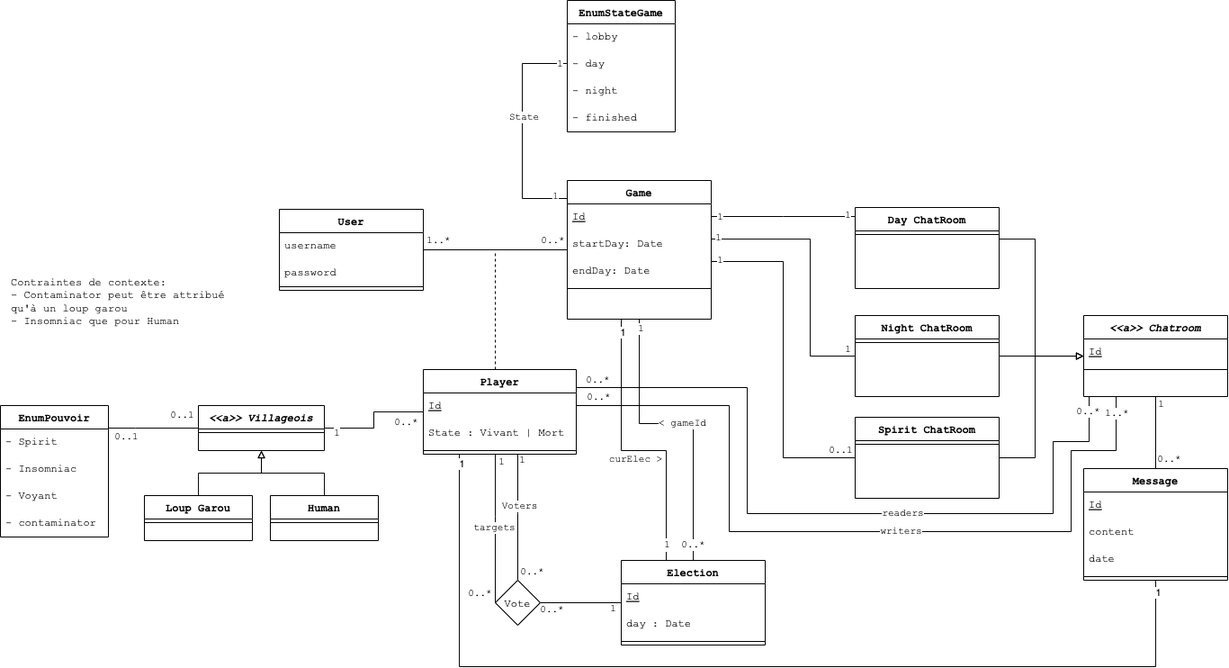
Earlier version of the draw.io export docs/diagrams/class_diagram.drawio.png (julienbrs/Werewolves-Game-App). Source tidied: cells renumbered, new cells last; positions are measured from the earlier drawing's top-left corner, leaving out a move shared by most shapes.
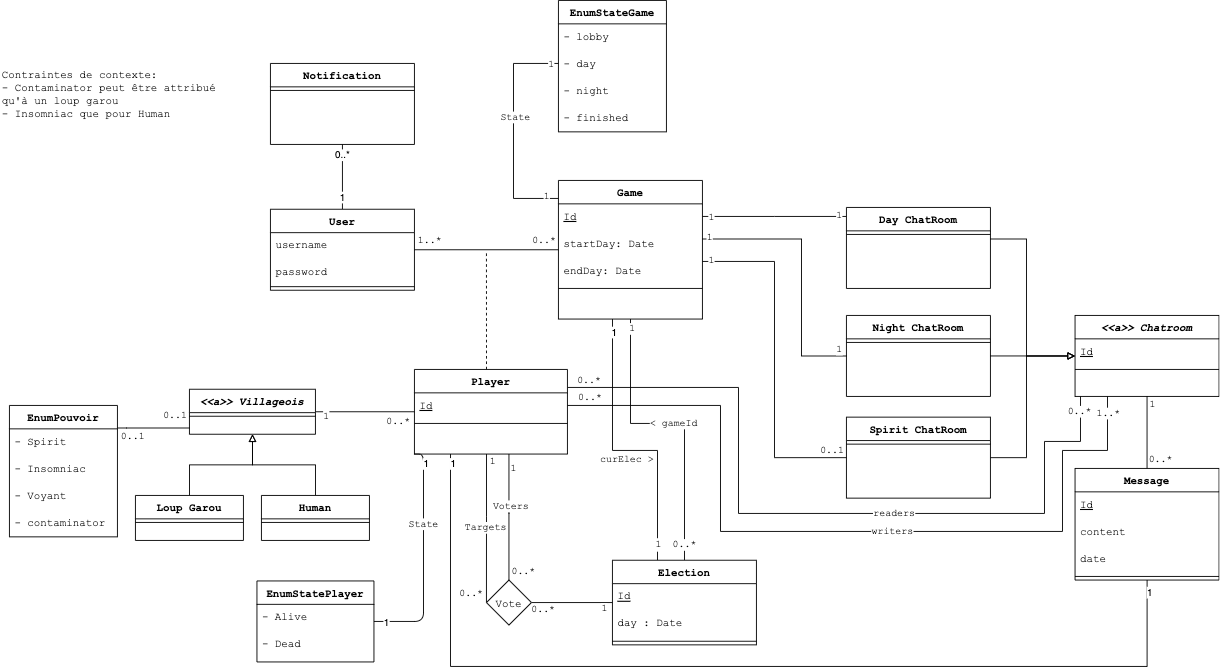
After the change.

Change to the diagram source:
```diff
@@ -1,4 +1,4 @@
-<mxGraphModel>
+<mxGraphModel background="#FFFFFF" shadow="1">
   <root>
     <mxCell id="0" />
     <mxCell id="1" parent="0" />
@@ -35,6 +35,15 @@
         <mxPoint x="-3" y="-11" as="offset" />
       </mxGeometry>
     </mxCell>
+    <mxCell id="112" style="edgeStyle=none;html=1;endArrow=none;endFill=0;" parent="1" edge="1" source="7" target="118">
+      <mxGeometry relative="1" as="geometry" />
+    </mxCell>
+    <mxCell id="113" value="1" style="edgeLabel;html=1;align=center;verticalAlign=middle;" parent="112" vertex="1">
+      <mxGeometry x="-0.62" relative="1" as="geometry" />
+    </mxCell>
+    <mxCell id="114" value="0..*" style="edgeLabel;html=1;align=center;verticalAlign=middle;" parent="112" vertex="1">
+      <mxGeometry x="0.69" relative="1" as="geometry" />
+    </mxCell>
     <mxCell id="7" value="User" style="swimlane;fontStyle=1;align=center;verticalAlign=top;horizontal=1;startSize=26;rounded=0;shadow=0;strokeWidth=1;fontFamily=Courier New;" parent="1" vertex="1">
       <mxGeometry x="310" y="232" width="160" height="90" as="geometry" />
     </mxCell>
@@ -121,17 +130,32 @@
     <mxCell id="24" value="&lt;font face=&quot;Courier New&quot;&gt;readers&lt;/font&gt;" style="edgeLabel;html=1;align=center;verticalAlign=middle;" parent="20" vertex="1">
       <mxGeometry x="0.2" relative="1" as="geometry" />
     </mxCell>
+    <mxCell id="115" style="edgeStyle=orthogonalEdgeStyle;html=1;endArrow=none;endFill=0;exitX=0;exitY=1;exitDx=0;exitDy=0;" parent="1" edge="1" source="25" target="120">
+      <mxGeometry relative="1" as="geometry">
+        <Array as="points">
+          <mxPoint x="480" y="504" />
+          <mxPoint x="480" y="690" />
+        </Array>
+      </mxGeometry>
+    </mxCell>
+    <mxCell id="116" value="1" style="edgeLabel;html=1;align=center;verticalAlign=middle;" parent="115" vertex="1">
+      <mxGeometry x="0.91" y="1" relative="1" as="geometry">
+        <mxPoint x="1" as="offset" />
+      </mxGeometry>
+    </mxCell>
+    <mxCell id="117" value="1" style="edgeLabel;html=1;align=center;verticalAlign=middle;" parent="115" vertex="1">
+      <mxGeometry x="-0.82" y="2" relative="1" as="geometry">
+        <mxPoint y="-1" as="offset" />
+      </mxGeometry>
+    </mxCell>
     <mxCell id="25" value="Player" style="swimlane;fontStyle=1;align=center;verticalAlign=top;horizontal=1;startSize=26;rounded=0;shadow=0;strokeWidth=1;fontFamily=Courier New;" parent="1" vertex="1">
       <mxGeometry x="470" y="410" width="170" height="94" as="geometry" />
     </mxCell>
     <mxCell id="26" value="Id" style="text;align=left;verticalAlign=top;spacingLeft=4;spacingRight=4;overflow=hidden;fontFamily=Courier New;fontStyle=4;" parent="25" vertex="1">
       <mxGeometry y="26" width="170" height="30" as="geometry" />
     </mxCell>
-    <mxCell id="27" value="State : Vivant | Mort" style="text;align=left;verticalAlign=top;spacingLeft=4;spacingRight=4;overflow=hidden;fontFamily=Courier New;fontStyle=0;" parent="25" vertex="1">
-      <mxGeometry y="56" width="170" height="30" as="geometry" />
-    </mxCell>
     <mxCell id="28" style="line;html=1;strokeWidth=1;align=left;verticalAlign=middle;spacingTop=-1;spacingLeft=3;spacingRight=3;labelPosition=right;fontFamily=Courier New;" parent="25" vertex="1">
-      <mxGeometry y="86" width="170" height="8" as="geometry" />
+      <mxGeometry y="56" width="170" height="8" as="geometry" />
     </mxCell>
     <mxCell id="29" style="edgeStyle=orthogonalEdgeStyle;rounded=0;html=1;fontFamily=Courier New;endArrow=none;endFill=0;" parent="1" edge="1" source="32" target="25">
       <mxGeometry relative="1" as="geometry" />
@@ -147,7 +171,7 @@
       </mxGeometry>
     </mxCell>
     <mxCell id="32" value="&lt;&lt;a&gt;&gt; Villageois" style="swimlane;fontStyle=3;align=center;verticalAlign=top;horizontal=1;startSize=26;rounded=0;shadow=0;strokeWidth=1;fontFamily=Courier New;" parent="1" vertex="1">
-      <mxGeometry x="220" y="450" width="140" height="50" as="geometry" />
+      <mxGeometry x="220" y="432" width="140" height="50" as="geometry" />
     </mxCell>
     <mxCell id="33" style="line;html=1;strokeWidth=1;align=left;verticalAlign=middle;spacingTop=-1;spacingLeft=3;spacingRight=3;labelPosition=right;fontFamily=Courier New;" parent="32" vertex="1">
       <mxGeometry y="26" width="140" height="8" as="geometry" />
@@ -189,7 +213,7 @@
       </mxGeometry>
     </mxCell>
     <mxCell id="43" value="EnumPouvoir" style="swimlane;fontStyle=1;align=center;verticalAlign=top;horizontal=1;startSize=26;rounded=0;shadow=0;strokeWidth=1;fontFamily=Courier New;" parent="1" vertex="1">
-      <mxGeometry y="450" width="120" height="146" as="geometry" />
+      <mxGeometry x="20" y="450" width="120" height="146" as="geometry" />
     </mxCell>
     <mxCell id="44" value="- Spirit" style="text;align=left;verticalAlign=top;spacingLeft=4;spacingRight=4;overflow=hidden;fontFamily=Courier New;" parent="43" vertex="1">
       <mxGeometry y="26" width="120" height="30" as="geometry" />
@@ -343,7 +367,7 @@
       <mxGeometry y="116" width="160" height="8" as="geometry" />
     </mxCell>
     <mxCell id="80" value="Contraintes de contexte:&amp;nbsp;&lt;br&gt;- Contaminator peut être attribué qu'à un loup garou&lt;br&gt;- Insomniac que pour Human" style="text;html=1;strokeColor=none;fillColor=none;align=left;verticalAlign=top;whiteSpace=wrap;rounded=0;fontFamily=Courier New;horizontal=1;" parent="1" vertex="1">
-      <mxGeometry x="10" y="300" width="270" height="120" as="geometry" />
+      <mxGeometry x="10" y="70" width="270" height="120" as="geometry" />
     </mxCell>
     <mxCell id="81" value="EnumStateGame" style="swimlane;fontStyle=1;align=center;verticalAlign=top;horizontal=1;startSize=26;rounded=0;shadow=0;strokeWidth=1;fontFamily=Courier New;" parent="1" vertex="1">
       <mxGeometry x="630" width="120" height="146" as="geometry" />
@@ -394,7 +418,7 @@
         <mxPoint x="-19" y="7" as="offset" />
       </mxGeometry>
     </mxCell>
-    <mxCell id="93" value="targets" style="edgeLabel;html=1;align=center;verticalAlign=middle;fontFamily=Courier New;" parent="90" vertex="1">
+    <mxCell id="93" value="Targets" style="edgeLabel;html=1;align=center;verticalAlign=middle;fontFamily=Courier New;" parent="90" vertex="1">
       <mxGeometry x="-0.01" y="-2" relative="1" as="geometry" />
     </mxCell>
     <mxCell id="94" value="&amp;lt; gameId" style="edgeStyle=orthogonalEdgeStyle;rounded=0;html=1;fontFamily=Courier New;endArrow=none;endFill=0;" parent="1" edge="1" source="101" target="11">
@@ -465,7 +489,7 @@
       </mxGeometry>
     </mxCell>
     <mxCell id="108" value="1" style="edgeStyle=orthogonalEdgeStyle;rounded=0;html=1;fontFamily=Courier New;endArrow=none;endFill=0;exitX=0.5;exitY=0;exitDx=0;exitDy=0;" parent="1" edge="1" source="110" target="25">
-      <mxGeometry x="0.91" y="-5" relative="1" as="geometry">
+      <mxGeometry x="0.77" y="-5" relative="1" as="geometry">
         <Array as="points">
           <mxPoint x="575" y="570" />
           <mxPoint x="575" y="570" />
@@ -483,5 +507,23 @@
         <mxPoint x="-8" y="32" as="offset" />
       </mxGeometry>
     </mxCell>
+    <mxCell id="118" value="Notification" style="swimlane;fontStyle=1;align=center;verticalAlign=top;horizontal=1;startSize=26;rounded=0;shadow=0;strokeWidth=1;fontFamily=Courier New;" parent="1" vertex="1">
+      <mxGeometry x="310" y="70" width="160" height="90" as="geometry" />
+    </mxCell>
+    <mxCell id="119" style="line;html=1;strokeWidth=1;align=left;verticalAlign=middle;spacingTop=-1;spacingLeft=3;spacingRight=3;labelPosition=right;fontFamily=Courier New;" parent="118" vertex="1">
+      <mxGeometry y="26" width="160" height="8" as="geometry" />
+    </mxCell>
+    <mxCell id="120" value="EnumStatePlayer" style="swimlane;fontStyle=1;align=center;verticalAlign=top;horizontal=1;startSize=26;rounded=0;shadow=0;strokeWidth=1;fontFamily=Courier New;" parent="1" vertex="1">
+      <mxGeometry x="295" y="645" width="130" height="90" as="geometry" />
+    </mxCell>
+    <mxCell id="121" value="- Alive" style="text;align=left;verticalAlign=top;spacingLeft=4;spacingRight=4;overflow=hidden;fontFamily=Courier New;" parent="120" vertex="1">
+      <mxGeometry y="26" width="130" height="30" as="geometry" />
+    </mxCell>
+    <mxCell id="122" value="- Dead" style="text;align=left;verticalAlign=top;spacingLeft=4;spacingRight=4;overflow=hidden;fontFamily=Courier New;" parent="120" vertex="1">
+      <mxGeometry y="56" width="130" height="30" as="geometry" />
+    </mxCell>
+    <mxCell id="123" value="State" style="edgeLabel;html=1;align=center;verticalAlign=middle;fontFamily=Courier New;" parent="1" vertex="1">
+      <mxGeometry x="480" y="582" as="geometry" />
+    </mxCell>
   </root>
 </mxGraphModel>
```
